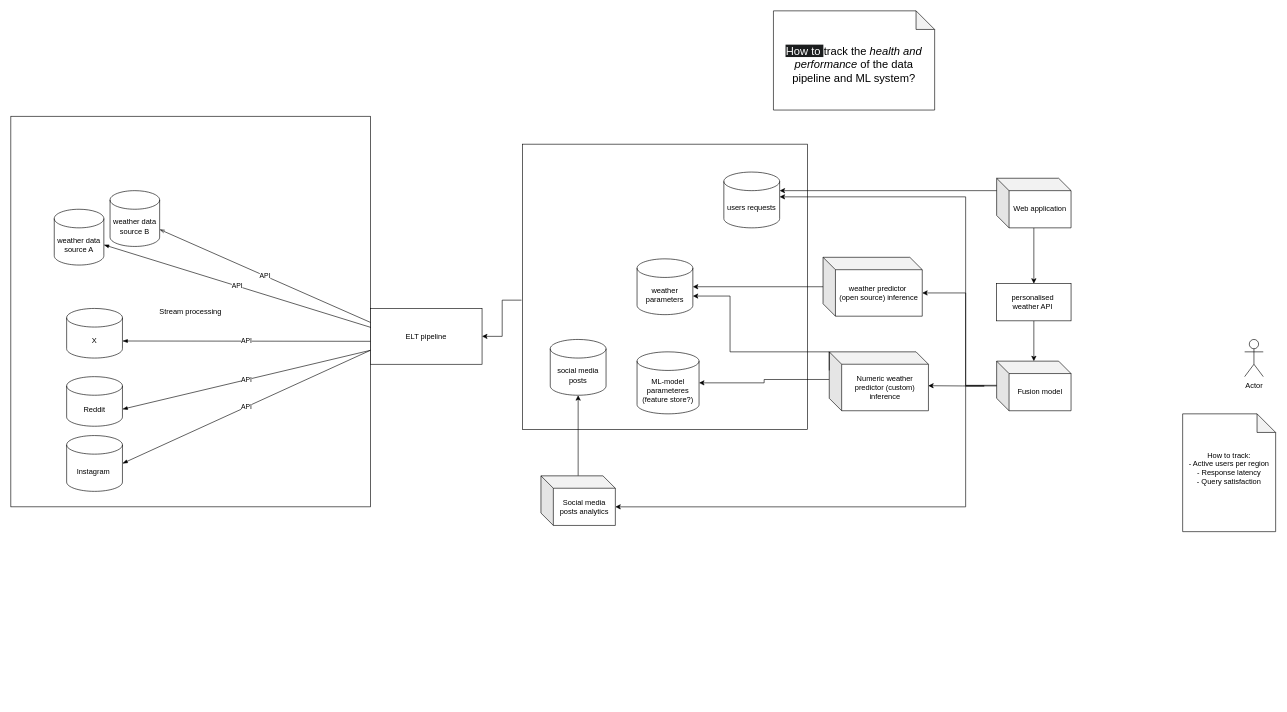
The draw.io diagram Untitled Diagram.drawio in AnnaBozhenko/WeatherGoEnterprise, before the edit. Source tidied: cells renumbered, new cells numbered last; positions are measured from the earlier drawing's top-left corner, leaving out a move shared by most shapes. Both pictures are drawn from the tidied source at 62%, with x=0, y=0 at pixel (11, 11).
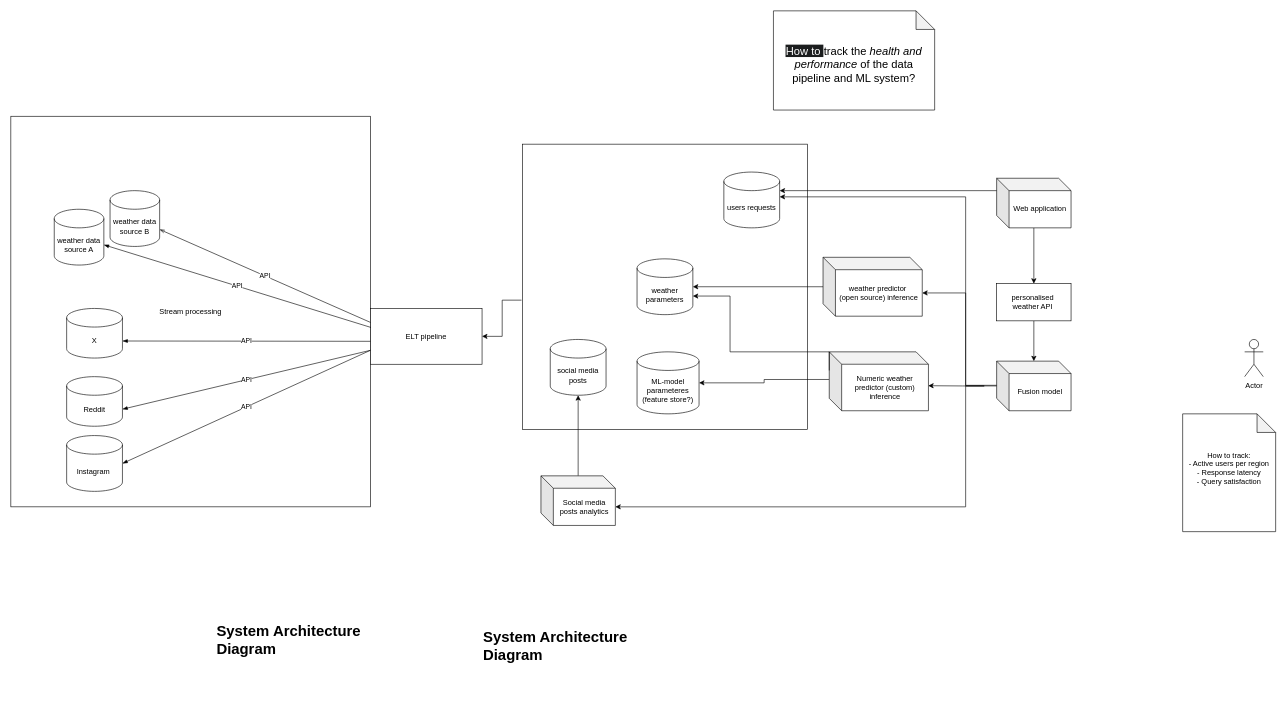
Above is the later version.

What changed in the source:
```diff
@@
+    <mxCell id="40" value="&lt;h1 style=&quot;margin-top: 0px;&quot;&gt;System Architecture Diagram&lt;/h1&gt;" style="text;html=1;whiteSpace=wrap;overflow=hidden;rounded=0;" parent="1" vertex="1">
+      <mxGeometry x="330" y="980" width="330" height="120" as="geometry" />
+    </mxCell>
+    <mxCell id="41" value="&lt;h1 style=&quot;margin-top: 0px;&quot;&gt;System Architecture Diagram&lt;/h1&gt;" style="text;html=1;whiteSpace=wrap;overflow=hidden;rounded=0;" parent="1" vertex="1">
+      <mxGeometry x="760" y="990" width="330" height="120" as="geometry" />
+    </mxCell>
```
